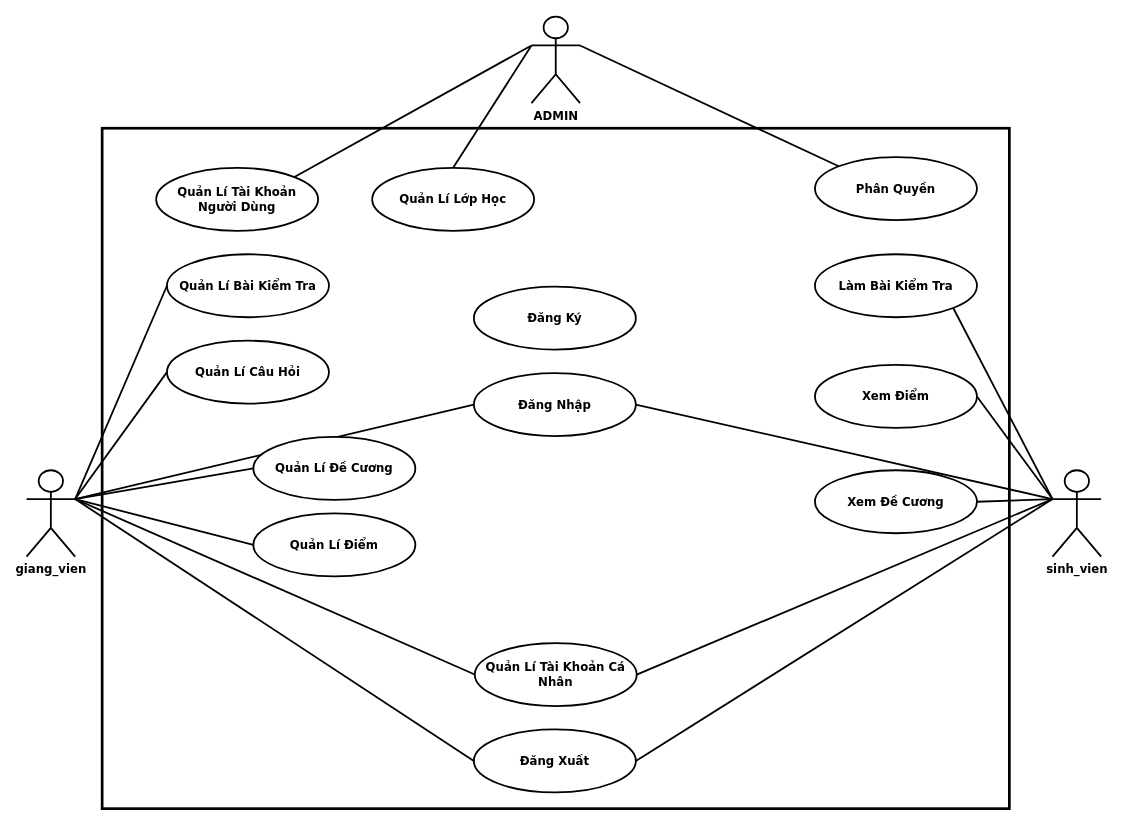
Above: page "USECASE" (2 of 2) of CDIO4.drawio in danghoan03/danghoan03 (draw.io), before the change. Source tidied: cells renumbered, new cells numbered last; positions are measured from the earlier drawing's top-left corner, leaving out a move shared by most shapes. Both pictures are drawn from the tidied source at 90%, with x=0, y=0 at pixel (26, 16).
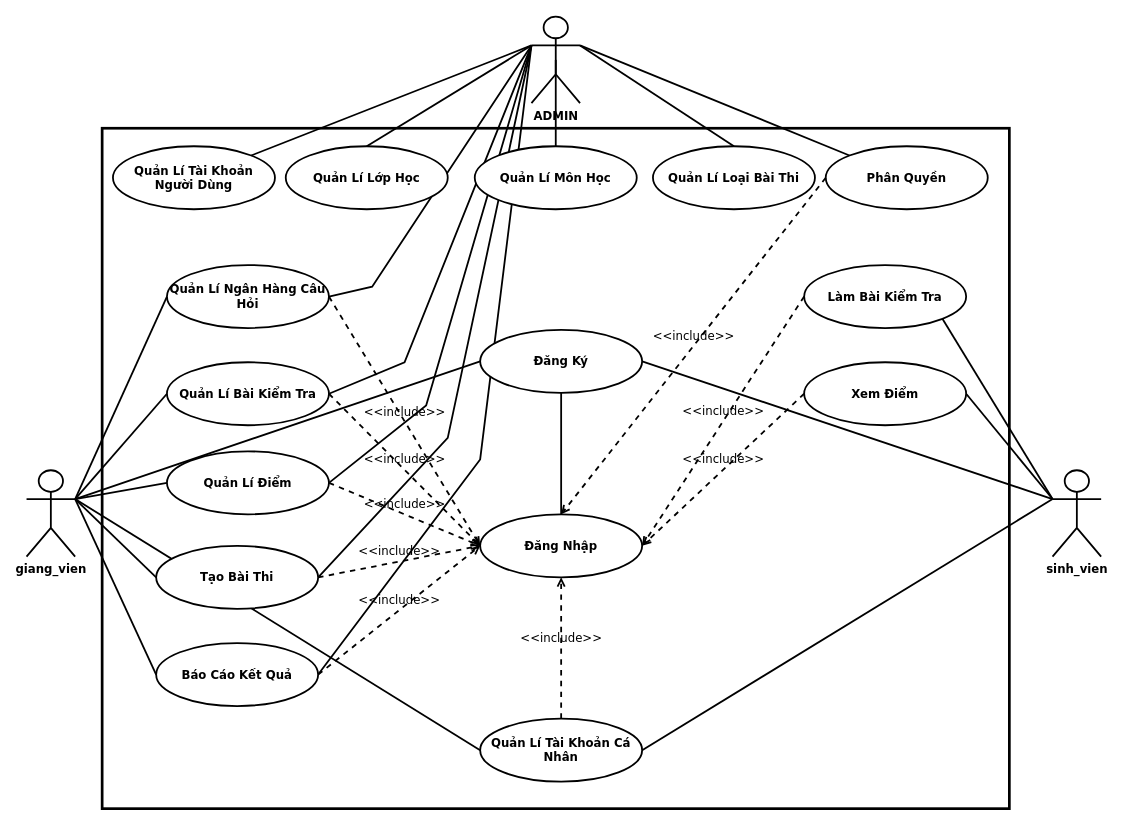
The same diagram, later.

Commit message:
Cập nhật CDIO4.drawio

The change refers to these unchanged cells:
```xml
<mxCell id="3" value="sinh_vien" style="shape=umlActor;verticalLabelPosition=bottom;verticalAlign=top;html=1;fontFamily=Verdana;fontSize=13;fontStyle=1;strokeWidth=2;" parent="1" vertex="1">
  <mxGeometry x="1140" y="504" width="54" height="96" as="geometry" />
</mxCell>
<mxCell id="4" value="giang_vien" style="shape=umlActor;verticalLabelPosition=bottom;verticalAlign=top;html=1;fontFamily=Verdana;fontSize=13;fontStyle=1;gradientColor=none;strokeWidth=2;" parent="1" vertex="1">
  <mxGeometry y="504" width="54" height="96" as="geometry" />
</mxCell>
<mxCell id="5" value="ADMIN" style="shape=umlActor;verticalLabelPosition=bottom;verticalAlign=top;html=1;fontFamily=Verdana;fontSize=13;fontStyle=1;strokeWidth=2;" parent="1" vertex="1">
  <mxGeometry x="561" width="54" height="96" as="geometry" />
</mxCell>
```

Diff of the diagram source:
```diff
@@
     <mxCell id="6" value="Đăng Nhập" style="ellipse;whiteSpace=wrap;html=1;fontFamily=Verdana;fontSize=13;fontStyle=1;strokeWidth=2;" parent="1" vertex="1">
-      <mxGeometry x="497" y="396" width="180" height="70" as="geometry" />
+      <mxGeometry x="504" y="553" width="180" height="70" as="geometry" />
     </mxCell>
-    <mxCell id="7" value="Quản Lí Bài Kiểm Tra" style="ellipse;whiteSpace=wrap;html=1;fontFamily=Verdana;fontSize=13;fontStyle=1;strokeWidth=2;" parent="1" vertex="1">
-      <mxGeometry x="156" y="264" width="180" height="70" as="geometry" />
-    </mxCell>
     <mxCell id="8" value="Làm Bài Kiểm Tra" style="ellipse;whiteSpace=wrap;html=1;fontFamily=Verdana;fontSize=13;fontStyle=1;strokeWidth=2;" parent="1" vertex="1">
-      <mxGeometry x="876" y="264" width="180" height="70" as="geometry" />
+      <mxGeometry x="864" y="276" width="180" height="70" as="geometry" />
     </mxCell>
     <mxCell id="9" value="Quản Lí Tài Khoản Cá Nhân" style="ellipse;whiteSpace=wrap;html=1;fontFamily=Verdana;fontSize=13;fontStyle=1;strokeWidth=2;" parent="1" vertex="1">
-      <mxGeometry x="498" y="696" width="180" height="70" as="geometry" />
+      <mxGeometry x="504" y="780" width="180" height="70" as="geometry" />
     </mxCell>
     <mxCell id="10" value="Quản Lí Tài Khoản Người Dùng" style="ellipse;whiteSpace=wrap;html=1;fontFamily=Verdana;fontSize=13;fontStyle=1;strokeWidth=2;" parent="1" vertex="1">
-      <mxGeometry x="144" y="168" width="180" height="70" as="geometry" />
+      <mxGeometry x="96" y="144" width="180" height="70" as="geometry" />
     </mxCell>
     <mxCell id="11" value="Phân Quyền" style="ellipse;whiteSpace=wrap;html=1;fontFamily=Verdana;fontSize=13;fontStyle=1;strokeWidth=2;" parent="1" vertex="1">
-      <mxGeometry x="876" y="156" width="180" height="70" as="geometry" />
+      <mxGeometry x="888" y="144" width="180" height="70" as="geometry" />
     </mxCell>
-    <mxCell id="12" value="Đăng Ký" style="ellipse;whiteSpace=wrap;html=1;fontFamily=Verdana;fontSize=13;fontStyle=1;strokeWidth=2;" parent="1" vertex="1">
-      <mxGeometry x="497" y="300" width="180" height="70" as="geometry" />
-    </mxCell>
-    <mxCell id="13" value="Đăng Xuất" style="ellipse;whiteSpace=wrap;html=1;fontFamily=Verdana;fontSize=13;fontStyle=1;strokeWidth=2;" parent="1" vertex="1">
-      <mxGeometry x="497" y="792" width="180" height="70" as="geometry" />
-    </mxCell>
-    <mxCell id="14" style="endArrow=none;html=1;rounded=0;exitX=1;exitY=0.3333333333333333;exitDx=0;exitDy=0;exitPerimeter=0;entryX=0;entryY=0.5;entryDx=0;entryDy=0;strokeWidth=2;" parent="1" edge="1" source="4" target="6">
-      <mxGeometry relative="1" as="geometry" />
-    </mxCell>
-    <mxCell id="15" style="endArrow=none;html=1;rounded=0;exitX=0;exitY=0.3333333333333333;exitDx=0;exitDy=0;exitPerimeter=0;entryX=1;entryY=0.5;entryDx=0;entryDy=0;strokeWidth=2;" parent="1" edge="1" source="3" target="6">
-      <mxGeometry relative="1" as="geometry" />
-    </mxCell>
-    <mxCell id="16" style="endArrow=none;html=1;rounded=0;exitX=1;exitY=0.3333333333333333;exitDx=0;exitDy=0;exitPerimeter=0;entryX=0;entryY=0.5;entryDx=0;entryDy=0;strokeWidth=2;" parent="1" edge="1" source="4" target="13">
-      <mxGeometry relative="1" as="geometry" />
-    </mxCell>
-    <mxCell id="17" style="endArrow=none;html=1;rounded=0;exitX=1;exitY=0.5;exitDx=0;exitDy=0;strokeWidth=2;entryX=0;entryY=0.3333333333333333;entryDx=0;entryDy=0;entryPerimeter=0;" parent="1" edge="1" source="13" target="3">
-      <mxGeometry relative="1" as="geometry" />
-    </mxCell>
-    <mxCell id="18" style="endArrow=none;html=1;rounded=0;entryX=0;entryY=0.5;entryDx=0;entryDy=0;strokeWidth=2;fontStyle=1;exitX=1;exitY=0.3333333333333333;exitDx=0;exitDy=0;exitPerimeter=0;" parent="1" edge="1" source="4" target="9">
+    <mxCell id="18" style="endArrow=none;html=1;rounded=0;entryX=0;entryY=0.5;entryDx=0;entryDy=0;strokeWidth=2;fontStyle=1;exitX=1;exitY=0.3333333333333333;exitDx=0;exitDy=0;exitPerimeter=0;fontFamily=Verdana;fontSize=13;" parent="1" edge="1" source="4" target="9">
       <mxGeometry relative="1" as="geometry" />
     </mxCell>
-    <mxCell id="19" style="endArrow=none;html=1;rounded=0;entryX=0;entryY=0.3333333333333333;entryDx=0;entryDy=0;strokeWidth=2;fontStyle=1;exitX=1;exitY=0.5;exitDx=0;exitDy=0;entryPerimeter=0;" parent="1" edge="1" source="9" target="3">
+    <mxCell id="19" style="endArrow=none;html=1;rounded=0;entryX=0;entryY=0.3333333333333333;entryDx=0;entryDy=0;strokeWidth=2;fontStyle=1;exitX=1;exitY=0.5;exitDx=0;exitDy=0;entryPerimeter=0;fontFamily=Verdana;fontSize=13;" parent="1" edge="1" source="9" target="3">
       <mxGeometry relative="1" as="geometry" />
     </mxCell>
-    <mxCell id="20" style="endArrow=none;html=1;rounded=0;exitX=1;exitY=0;exitDx=0;exitDy=0;entryX=0;entryY=0.3333333333333333;entryDx=0;entryDy=0;strokeWidth=2;entryPerimeter=0;" parent="1" edge="1" source="10" target="5">
+    <mxCell id="20" style="endArrow=none;html=1;rounded=0;exitX=1;exitY=0;exitDx=0;exitDy=0;entryX=0;entryY=0.3333333333333333;entryDx=0;entryDy=0;strokeWidth=2;entryPerimeter=0;fontFamily=Verdana;fontSize=13;" parent="1" edge="1" source="10" target="5">
       <mxGeometry relative="1" as="geometry" />
     </mxCell>
-    <mxCell id="21" style="endArrow=none;html=1;rounded=0;exitX=0;exitY=0;exitDx=0;exitDy=0;entryX=1;entryY=0.3333333333333333;entryDx=0;entryDy=0;strokeWidth=2;entryPerimeter=0;" parent="1" edge="1" source="11" target="5">
+    <mxCell id="21" style="endArrow=none;html=1;rounded=0;exitX=0;exitY=0;exitDx=0;exitDy=0;entryX=1;entryY=0.3333333333333333;entryDx=0;entryDy=0;strokeWidth=2;entryPerimeter=0;fontFamily=Verdana;fontSize=13;" parent="1" edge="1" source="11" target="5">
       <mxGeometry relative="1" as="geometry" />
     </mxCell>
-    <mxCell id="22" style="endArrow=none;html=1;rounded=0;exitX=1;exitY=0.3333333333333333;exitDx=0;exitDy=0;exitPerimeter=0;entryX=0;entryY=0.5;entryDx=0;entryDy=0;strokeWidth=2;" parent="1" edge="1" source="4" target="7">
+    <mxCell id="22" style="endArrow=none;html=1;rounded=0;exitX=1;exitY=0.3333333333333333;exitDx=0;exitDy=0;exitPerimeter=0;entryX=0;entryY=0.5;entryDx=0;entryDy=0;strokeWidth=2;fontFamily=Verdana;fontSize=13;" parent="1" edge="1" source="4" target="7">
       <mxGeometry relative="1" as="geometry" />
     </mxCell>
-    <mxCell id="23" style="endArrow=none;html=1;rounded=0;entryX=1;entryY=1;entryDx=0;entryDy=0;strokeWidth=2;exitX=0;exitY=0.3333333333333333;exitDx=0;exitDy=0;exitPerimeter=0;" parent="1" edge="1" source="3" target="8">
+    <mxCell id="23" style="endArrow=none;html=1;rounded=0;entryX=1;entryY=1;entryDx=0;entryDy=0;strokeWidth=2;exitX=0;exitY=0.3333333333333333;exitDx=0;exitDy=0;exitPerimeter=0;fontFamily=Verdana;fontSize=13;" parent="1" edge="1" source="3" target="8">
       <mxGeometry relative="1" as="geometry" />
     </mxCell>
+    <mxCell id="25" style="endArrow=none;html=1;rounded=0;exitX=1;exitY=0.3333333333333333;exitDx=0;exitDy=0;exitPerimeter=0;entryX=0;entryY=0.5;entryDx=0;entryDy=0;strokeWidth=2;fontFamily=Verdana;fontSize=13;" parent="1" edge="1" source="4" target="24">
+      <mxGeometry relative="1" as="geometry" />
+    </mxCell>
+    <mxCell id="31" style="endArrow=none;html=1;rounded=0;exitX=1;exitY=0.3333333333333333;exitDx=0;exitDy=0;exitPerimeter=0;entryX=0;entryY=0.5;entryDx=0;entryDy=0;strokeWidth=2;fontFamily=Verdana;fontSize=13;" parent="1" edge="1" source="4" target="26">
+      <mxGeometry relative="1" as="geometry" />
+    </mxCell>
+    <mxCell id="33" style="endArrow=none;html=1;rounded=0;entryX=1;entryY=0.5;entryDx=0;entryDy=0;strokeWidth=2;exitX=0;exitY=0.3333333333333333;exitDx=0;exitDy=0;exitPerimeter=0;fontFamily=Verdana;fontSize=13;" parent="1" edge="1" source="3" target="32">
+      <mxGeometry relative="1" as="geometry" />
+    </mxCell>
+    <mxCell id="36" value="&amp;lt;&amp;lt;include&amp;gt;&amp;gt;" style="html=1;verticalAlign=bottom;labelBackgroundColor=none;endArrow=open;endFill=0;dashed=1;rounded=0;exitX=1;exitY=0.5;exitDx=0;exitDy=0;entryX=0;entryY=0.5;entryDx=0;entryDy=0;strokeWidth=2;fontFamily=Verdana;fontSize=13;" parent="1" edge="1" source="7" target="6">
+      <mxGeometry relative="1" as="geometry" />
+    </mxCell>
+    <mxCell id="37" value="&amp;lt;&amp;lt;include&amp;gt;&amp;gt;" style="html=1;verticalAlign=bottom;labelBackgroundColor=none;endArrow=open;endFill=0;dashed=1;rounded=0;exitX=1;exitY=0.5;exitDx=0;exitDy=0;entryX=0;entryY=0.5;entryDx=0;entryDy=0;strokeWidth=2;fontFamily=Verdana;fontSize=13;" parent="1" edge="1" source="26" target="6">
+      <mxGeometry relative="1" as="geometry" />
+    </mxCell>
+    <mxCell id="38" value="&amp;lt;&amp;lt;include&amp;gt;&amp;gt;" style="html=1;verticalAlign=bottom;labelBackgroundColor=none;endArrow=open;endFill=0;dashed=1;rounded=0;exitX=1;exitY=0.5;exitDx=0;exitDy=0;strokeWidth=2;fontFamily=Verdana;fontSize=13;entryX=0;entryY=0.5;entryDx=0;entryDy=0;" parent="1" edge="1" source="24" target="6">
+      <mxGeometry relative="1" as="geometry" />
+    </mxCell>
+    <mxCell id="39" value="&amp;lt;&amp;lt;include&amp;gt;&amp;gt;" style="html=1;verticalAlign=bottom;labelBackgroundColor=none;endArrow=open;endFill=0;dashed=1;rounded=0;exitX=0.5;exitY=0;exitDx=0;exitDy=0;entryX=0.5;entryY=1;entryDx=0;entryDy=0;strokeWidth=2;fontFamily=Verdana;fontSize=13;" parent="1" edge="1" source="9" target="6">
+      <mxGeometry relative="1" as="geometry" />
+    </mxCell>
+    <mxCell id="40" value="&amp;lt;&amp;lt;include&amp;gt;&amp;gt;" style="html=1;verticalAlign=bottom;labelBackgroundColor=none;endArrow=open;endFill=0;dashed=1;rounded=0;exitX=0;exitY=0.5;exitDx=0;exitDy=0;entryX=1;entryY=0.5;entryDx=0;entryDy=0;strokeWidth=2;fontFamily=Verdana;fontSize=13;" parent="1" edge="1" source="32" target="6">
+      <mxGeometry relative="1" as="geometry" />
+    </mxCell>
+    <mxCell id="41" value="&amp;lt;&amp;lt;include&amp;gt;&amp;gt;" style="html=1;verticalAlign=bottom;labelBackgroundColor=none;endArrow=open;endFill=0;dashed=1;rounded=0;exitX=0;exitY=0.5;exitDx=0;exitDy=0;entryX=1;entryY=0.5;entryDx=0;entryDy=0;strokeWidth=2;fontFamily=Verdana;fontSize=13;" parent="1" edge="1" source="8" target="6">
+      <mxGeometry relative="1" as="geometry" />
+    </mxCell>
+    <mxCell id="42" value="&amp;lt;&amp;lt;include&amp;gt;&amp;gt;" style="html=1;verticalAlign=bottom;labelBackgroundColor=none;endArrow=open;endFill=0;dashed=1;rounded=0;exitX=0;exitY=0.5;exitDx=0;exitDy=0;entryX=0.5;entryY=0;entryDx=0;entryDy=0;strokeWidth=2;fontFamily=Verdana;fontSize=13;" parent="1" edge="1" source="11" target="6">
+      <mxGeometry relative="1" as="geometry" />
+    </mxCell>
+    <mxCell id="43" style="endArrow=none;html=1;rounded=0;exitX=0.5;exitY=0;exitDx=0;exitDy=0;entryX=0.5;entryY=1;entryDx=0;entryDy=0;strokeWidth=2;fontFamily=Verdana;fontSize=13;" parent="1" edge="1" source="6" target="12">
+      <mxGeometry relative="1" as="geometry" />
+    </mxCell>
+    <mxCell id="44" style="endArrow=none;html=1;rounded=0;exitX=1;exitY=0.3333333333333333;exitDx=0;exitDy=0;exitPerimeter=0;entryX=0;entryY=0.5;entryDx=0;entryDy=0;strokeWidth=2;fontFamily=Verdana;fontSize=13;" parent="1" edge="1" source="4" target="12">
+      <mxGeometry relative="1" as="geometry" />
+    </mxCell>
+    <mxCell id="26" value="Quản Lí Ngân Hàng Câu Hỏi" style="ellipse;whiteSpace=wrap;html=1;fontFamily=Verdana;fontSize=13;fontStyle=1;strokeWidth=2;" parent="1" vertex="1">
+      <mxGeometry x="156" y="276" width="180" height="70" as="geometry" />
+    </mxCell>
+    <mxCell id="45" style="endArrow=none;html=1;rounded=0;exitX=0;exitY=0.3333333333333333;exitDx=0;exitDy=0;exitPerimeter=0;entryX=1;entryY=0.5;entryDx=0;entryDy=0;strokeWidth=2;fontFamily=Verdana;fontSize=13;" parent="1" edge="1" source="3" target="12">
+      <mxGeometry relative="1" as="geometry" />
+    </mxCell>
+    <mxCell id="32" value="Xem Điểm" style="ellipse;whiteSpace=wrap;html=1;fontFamily=Verdana;fontSize=13;fontStyle=1;strokeWidth=2;" parent="1" vertex="1">
+      <mxGeometry x="864" y="384" width="180" height="70" as="geometry" />
+    </mxCell>
+    <mxCell id="7" value="Quản Lí Bài Kiểm Tra" style="ellipse;whiteSpace=wrap;html=1;fontFamily=Verdana;fontSize=13;fontStyle=1;strokeWidth=2;" parent="1" vertex="1">
+      <mxGeometry x="156" y="384" width="180" height="70" as="geometry" />
+    </mxCell>
+    <mxCell id="46" value="Báo Cáo Kết Quả" style="ellipse;whiteSpace=wrap;html=1;fontFamily=Verdana;fontSize=13;fontStyle=1;strokeWidth=2;" parent="1" vertex="1">
+      <mxGeometry x="144" y="696" width="180" height="70" as="geometry" />
+    </mxCell>
+    <mxCell id="47" value="Quản Lí Loại Bài Thi" style="ellipse;whiteSpace=wrap;html=1;fontFamily=Verdana;fontSize=13;fontStyle=1;strokeWidth=2;" parent="1" vertex="1">
+      <mxGeometry x="696" y="144" width="180" height="70" as="geometry" />
+    </mxCell>
+    <mxCell id="48" style="endArrow=none;html=1;rounded=0;exitX=0.5;exitY=0;exitDx=0;exitDy=0;entryX=1;entryY=0.3333333333333333;entryDx=0;entryDy=0;strokeWidth=2;entryPerimeter=0;fontFamily=Verdana;fontSize=13;" parent="1" edge="1" source="47" target="5">
+      <mxGeometry relative="1" as="geometry" />
+    </mxCell>
+    <mxCell id="49" style="endArrow=none;html=1;rounded=0;exitX=0.5;exitY=0;exitDx=0;exitDy=0;entryX=0.5;entryY=0.5;entryDx=0;entryDy=0;strokeWidth=2;entryPerimeter=0;fontFamily=Verdana;fontSize=13;" parent="1" edge="1" source="60" target="5">
+      <mxGeometry relative="1" as="geometry" />
+    </mxCell>
+    <mxCell id="30" style="endArrow=none;html=1;rounded=0;exitX=0.5;exitY=0;exitDx=0;exitDy=0;entryX=0;entryY=0.3333333333333333;entryDx=0;entryDy=0;strokeWidth=2;entryPerimeter=0;fontFamily=Verdana;fontSize=13;" parent="1" edge="1" source="29" target="5">
+      <mxGeometry relative="1" as="geometry" />
+    </mxCell>
+    <mxCell id="50" value="Tạo Bài Thi" style="ellipse;whiteSpace=wrap;html=1;fontFamily=Verdana;fontSize=13;fontStyle=1;strokeWidth=2;" parent="1" vertex="1">
+      <mxGeometry x="144" y="588" width="180" height="70" as="geometry" />
+    </mxCell>
+    <mxCell id="51" style="endArrow=none;html=1;rounded=0;exitX=1;exitY=0.3333333333333333;exitDx=0;exitDy=0;exitPerimeter=0;entryX=0;entryY=0.5;entryDx=0;entryDy=0;strokeWidth=2;fontFamily=Verdana;fontSize=13;" parent="1" edge="1" source="4" target="50">
+      <mxGeometry relative="1" as="geometry" />
+    </mxCell>
+    <mxCell id="52" value="&amp;lt;&amp;lt;include&amp;gt;&amp;gt;" style="html=1;verticalAlign=bottom;labelBackgroundColor=none;endArrow=open;endFill=0;dashed=1;rounded=0;exitX=1;exitY=0.5;exitDx=0;exitDy=0;strokeWidth=2;fontFamily=Verdana;fontSize=13;entryX=0;entryY=0.5;entryDx=0;entryDy=0;" parent="1" edge="1" source="50" target="6">
+      <mxGeometry relative="1" as="geometry" />
+    </mxCell>
+    <mxCell id="53" style="endArrow=none;html=1;rounded=0;entryX=0;entryY=0.5;entryDx=0;entryDy=0;strokeWidth=2;fontFamily=Verdana;fontSize=13;exitX=1;exitY=0.3333333333333333;exitDx=0;exitDy=0;exitPerimeter=0;" parent="1" edge="1" source="4" target="46">
+      <mxGeometry relative="1" as="geometry" />
+    </mxCell>
+    <mxCell id="54" value="&amp;lt;&amp;lt;include&amp;gt;&amp;gt;" style="html=1;verticalAlign=bottom;labelBackgroundColor=none;endArrow=open;endFill=0;dashed=1;rounded=0;exitX=1;exitY=0.5;exitDx=0;exitDy=0;strokeWidth=2;fontFamily=Verdana;fontSize=13;entryX=0;entryY=0.5;entryDx=0;entryDy=0;" parent="1" edge="1" source="46" target="6">
+      <mxGeometry relative="1" as="geometry" />
+    </mxCell>
+    <mxCell id="55" style="endArrow=none;html=1;rounded=0;exitX=1;exitY=0.5;exitDx=0;exitDy=0;entryX=0;entryY=0.3333333333333333;entryDx=0;entryDy=0;strokeWidth=2;entryPerimeter=0;fontFamily=Verdana;fontSize=13;" parent="1" edge="1" source="26" target="5">
+      <mxGeometry relative="1" as="geometry">
+        <Array as="points">
+          <mxPoint x="384" y="300" />
+        </Array>
+      </mxGeometry>
+    </mxCell>
+    <mxCell id="56" style="endArrow=none;html=1;rounded=0;exitX=1;exitY=0.5;exitDx=0;exitDy=0;entryX=0;entryY=0.3333333333333333;entryDx=0;entryDy=0;strokeWidth=2;fontFamily=Verdana;fontSize=13;entryPerimeter=0;" parent="1" edge="1" source="7" target="5">
+      <mxGeometry relative="1" as="geometry">
+        <Array as="points">
+          <mxPoint x="420" y="384" />
+        </Array>
+      </mxGeometry>
+    </mxCell>
+    <mxCell id="57" style="endArrow=none;html=1;rounded=0;entryX=0;entryY=0.3333333333333333;entryDx=0;entryDy=0;strokeWidth=2;entryPerimeter=0;fontFamily=Verdana;fontSize=13;exitX=1;exitY=0.5;exitDx=0;exitDy=0;" parent="1" edge="1" source="24" target="5">
+      <mxGeometry relative="1" as="geometry">
+        <Array as="points">
+          <mxPoint x="444" y="432" />
+        </Array>
+      </mxGeometry>
+    </mxCell>
     <mxCell id="24" value="Quản Lí Điểm" style="ellipse;whiteSpace=wrap;html=1;fontFamily=Verdana;fontSize=13;fontStyle=1;strokeWidth=2;" parent="1" vertex="1">
-      <mxGeometry x="252" y="552" width="180" height="70" as="geometry" />
+      <mxGeometry x="156" y="483" width="180" height="70" as="geometry" />
     </mxCell>
-    <mxCell id="25" style="endArrow=none;html=1;rounded=0;exitX=1;exitY=0.3333333333333333;exitDx=0;exitDy=0;exitPerimeter=0;entryX=0;entryY=0.5;entryDx=0;entryDy=0;strokeWidth=2;" parent="1" edge="1" source="4" target="24">
-      <mxGeometry relative="1" as="geometry" />
-    </mxCell>
-    <mxCell id="26" value="Quản Lí Câu Hỏi" style="ellipse;whiteSpace=wrap;html=1;fontFamily=Verdana;fontSize=13;fontStyle=1;strokeWidth=2;" parent="1" vertex="1">
-      <mxGeometry x="156" y="360" width="180" height="70" as="geometry" />
-    </mxCell>
-    <mxCell id="27" value="Quản Lí Đề Cương" style="ellipse;whiteSpace=wrap;html=1;fontFamily=Verdana;fontSize=13;fontStyle=1;strokeWidth=2;" parent="1" vertex="1">
-      <mxGeometry x="252" y="467" width="180" height="70" as="geometry" />
-    </mxCell>
-    <mxCell id="28" style="endArrow=none;html=1;rounded=0;exitX=1;exitY=0.3333333333333333;exitDx=0;exitDy=0;exitPerimeter=0;entryX=0;entryY=0.5;entryDx=0;entryDy=0;strokeWidth=2;" parent="1" edge="1" source="4" target="27">
-      <mxGeometry relative="1" as="geometry" />
-    </mxCell>
+    <mxCell id="58" style="endArrow=none;html=1;rounded=0;exitX=1;exitY=0.5;exitDx=0;exitDy=0;entryX=0;entryY=0.3333333333333333;entryDx=0;entryDy=0;strokeWidth=2;entryPerimeter=0;fontFamily=Verdana;fontSize=13;" parent="1" edge="1" source="50" target="5">
+      <mxGeometry relative="1" as="geometry">
+        <Array as="points">
+          <mxPoint x="468" y="468" />
+        </Array>
+      </mxGeometry>
+    </mxCell>
+    <mxCell id="59" style="endArrow=none;html=1;rounded=0;exitX=1;exitY=0.5;exitDx=0;exitDy=0;entryX=0;entryY=0.3333333333333333;entryDx=0;entryDy=0;strokeWidth=2;entryPerimeter=0;fontFamily=Verdana;fontSize=13;" parent="1" edge="1" source="46" target="5">
+      <mxGeometry relative="1" as="geometry">
+        <Array as="points">
+          <mxPoint x="504" y="492" />
+        </Array>
+      </mxGeometry>
+    </mxCell>
+    <mxCell id="60" value="Quản Lí Môn Học" style="ellipse;whiteSpace=wrap;html=1;fontFamily=Verdana;fontSize=13;fontStyle=1;strokeWidth=2;" parent="1" vertex="1">
+      <mxGeometry x="498" y="144" width="180" height="70" as="geometry" />
+    </mxCell>
     <mxCell id="29" value="Quản Lí Lớp Học" style="ellipse;whiteSpace=wrap;html=1;fontFamily=Verdana;fontSize=13;fontStyle=1;strokeWidth=2;" parent="1" vertex="1">
-      <mxGeometry x="384" y="168" width="180" height="70" as="geometry" />
+      <mxGeometry x="288" y="144" width="180" height="70" as="geometry" />
     </mxCell>
-    <mxCell id="30" style="endArrow=none;html=1;rounded=0;exitX=0.5;exitY=0;exitDx=0;exitDy=0;entryX=0;entryY=0.3333333333333333;entryDx=0;entryDy=0;strokeWidth=2;entryPerimeter=0;" parent="1" edge="1" source="29" target="5">
-      <mxGeometry relative="1" as="geometry" />
-    </mxCell>
-    <mxCell id="31" style="endArrow=none;html=1;rounded=0;exitX=1;exitY=0.3333333333333333;exitDx=0;exitDy=0;exitPerimeter=0;entryX=0;entryY=0.5;entryDx=0;entryDy=0;strokeWidth=2;" parent="1" edge="1" source="4" target="26">
-      <mxGeometry relative="1" as="geometry" />
-    </mxCell>
-    <mxCell id="32" value="Xem Điểm" style="ellipse;whiteSpace=wrap;html=1;fontFamily=Verdana;fontSize=13;fontStyle=1;strokeWidth=2;" parent="1" vertex="1">
-      <mxGeometry x="876" y="387" width="180" height="70" as="geometry" />
-    </mxCell>
-    <mxCell id="33" style="endArrow=none;html=1;rounded=0;entryX=1;entryY=0.5;entryDx=0;entryDy=0;strokeWidth=2;exitX=0;exitY=0.3333333333333333;exitDx=0;exitDy=0;exitPerimeter=0;" parent="1" edge="1" source="3" target="32">
-      <mxGeometry relative="1" as="geometry" />
-    </mxCell>
-    <mxCell id="34" value="Xem Đề Cương" style="ellipse;whiteSpace=wrap;html=1;fontFamily=Verdana;fontSize=13;fontStyle=1;strokeWidth=2;" parent="1" vertex="1">
-      <mxGeometry x="876" y="504" width="180" height="70" as="geometry" />
-    </mxCell>
-    <mxCell id="35" style="endArrow=none;html=1;rounded=0;entryX=1;entryY=0.5;entryDx=0;entryDy=0;strokeWidth=2;exitX=0;exitY=0.3333333333333333;exitDx=0;exitDy=0;exitPerimeter=0;" parent="1" edge="1" source="3" target="34">
-      <mxGeometry relative="1" as="geometry" />
-    </mxCell>
+    <mxCell id="12" value="Đăng Ký" style="ellipse;whiteSpace=wrap;html=1;fontFamily=Verdana;fontSize=13;fontStyle=1;strokeWidth=2;" parent="1" vertex="1">
+      <mxGeometry x="504" y="348" width="180" height="70" as="geometry" />
+    </mxCell>
```
